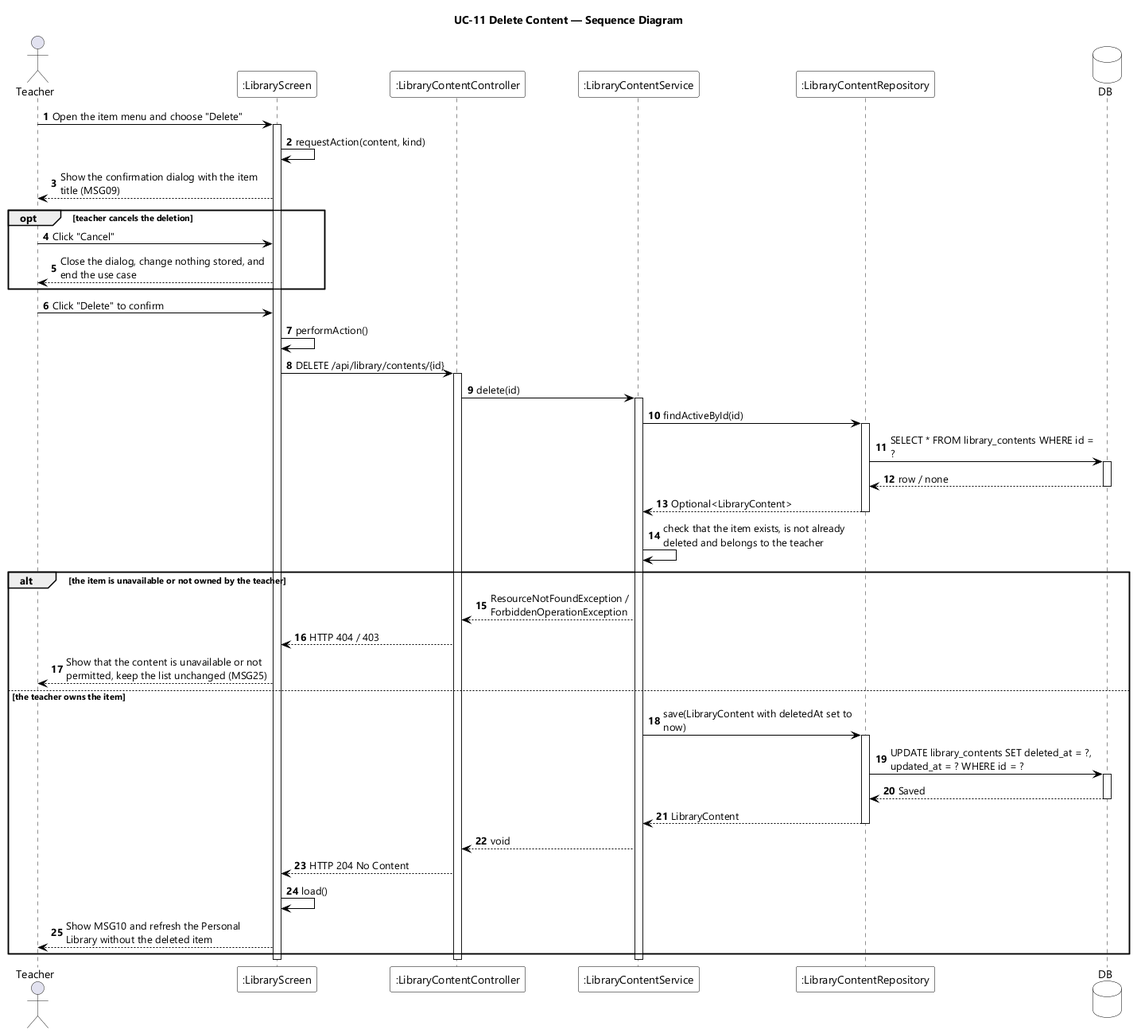
Earlier version of the PlantUML export designs/sds-diagrams/uc11/uc11-sequence-diagram.png (EduA-system/EduA-system). The source it was exported from:
```plantuml
@startuml UC-11 Delete Content - Sequence Diagram
skinparamlocked dpi 96
skinparam defaultFontName "Segoe UI"
skinparam shadowing false
skinparam ParticipantBackgroundColor #FFFFFF
skinparam ParticipantBorderColor #000000
skinparam DatabaseBackgroundColor #FFFFFF
skinparam DatabaseBorderColor #000000
skinparam ArrowColor #000000
skinparam sequenceMessageAlign left
skinparam maxMessageSize 260
title UC-11 Delete Content — Sequence Diagram

actor Teacher
participant ":LibraryScreen" as UI
participant ":LibraryContentController" as CTL
participant ":LibraryContentService" as SVC
participant ":LibraryContentRepository" as REPO
database DB

autonumber
Teacher -> UI : Open the item menu and choose "Delete"
activate UI
UI -> UI : requestAction(content, kind)
UI --> Teacher : Show the confirmation dialog with the item title (MSG09)

opt teacher cancels the deletion
  Teacher -> UI : Click "Cancel"
  UI --> Teacher : Close the dialog, change nothing stored, and end the use case
end

Teacher -> UI : Click "Delete" to confirm
UI -> UI : performAction()
UI -> CTL : DELETE /api/library/contents/{id}
activate CTL
CTL -> SVC : delete(id)
activate SVC
SVC -> REPO : findActiveById(id)
activate REPO
REPO -> DB : SELECT * FROM library_contents WHERE id = ?
activate DB
DB --> REPO : row / none
deactivate DB
REPO --> SVC : Optional<LibraryContent>
deactivate REPO
SVC -> SVC : check that the item exists, is not already deleted and belongs to the teacher

alt the item is unavailable or not owned by the teacher
  SVC --> CTL : ResourceNotFoundException / ForbiddenOperationException
  CTL --> UI : HTTP 404 / 403
  UI --> Teacher : Show that the content is unavailable or not permitted, keep the list unchanged (MSG25)
else the teacher owns the item
  SVC -> REPO : save(LibraryContent with deletedAt set to now)
  activate REPO
  REPO -> DB : UPDATE library_contents SET deleted_at = ?, updated_at = ? WHERE id = ?
  activate DB
  DB --> REPO : Saved
  deactivate DB
  REPO --> SVC : LibraryContent
  deactivate REPO
  SVC --> CTL : void
  CTL --> UI : HTTP 204 No Content
  UI -> UI : load()
  UI --> Teacher : Show MSG10 and refresh the Personal Library without the deleted item
end
deactivate SVC
deactivate CTL
deactivate UI
@enduml
```
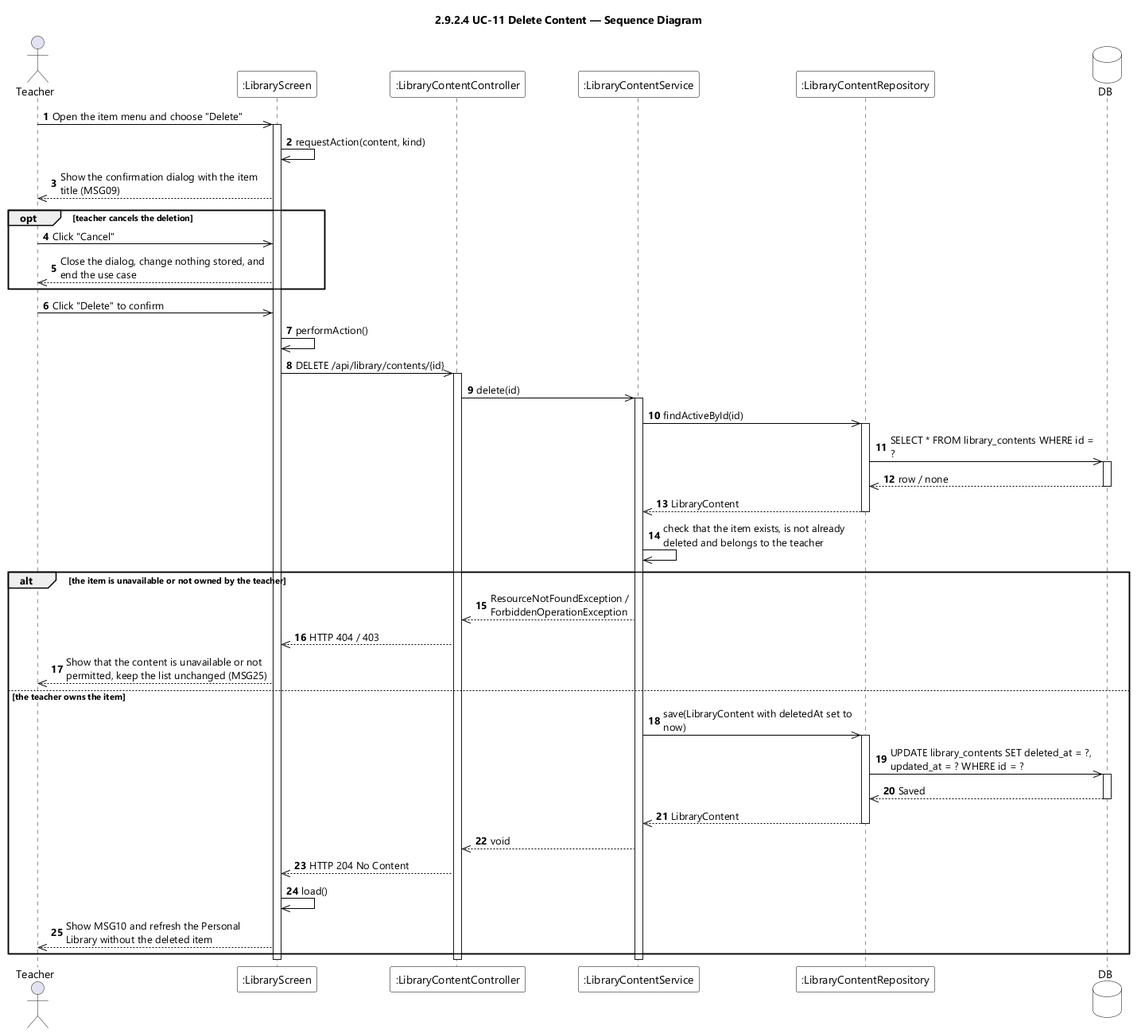
The same file after the commit.

Diff of the diagram source:
```diff
@@ -9,7 +9,7 @@
 skinparam ArrowColor #000000
 skinparam sequenceMessageAlign left
 skinparam maxMessageSize 260
-title UC-11 Delete Content — Sequence Diagram
+title 2.9.2.4 UC-11 Delete Content — Sequence Diagram
 
 actor Teacher
 participant ":LibraryScreen" as UI
@@ -19,49 +19,49 @@
 database DB
 
 autonumber
-Teacher -> UI : Open the item menu and choose "Delete"
+Teacher ->> UI : Open the item menu and choose "Delete"
 activate UI
-UI -> UI : requestAction(content, kind)
-UI --> Teacher : Show the confirmation dialog with the item title (MSG09)
+UI ->> UI : requestAction(content, kind)
+UI -->> Teacher : Show the confirmation dialog with the item title (MSG09)
 
 opt teacher cancels the deletion
-  Teacher -> UI : Click "Cancel"
-  UI --> Teacher : Close the dialog, change nothing stored, and end the use case
+  Teacher ->> UI : Click "Cancel"
+  UI -->> Teacher : Close the dialog, change nothing stored, and end the use case
 end
 
-Teacher -> UI : Click "Delete" to confirm
-UI -> UI : performAction()
-UI -> CTL : DELETE /api/library/contents/{id}
+Teacher ->> UI : Click "Delete" to confirm
+UI ->> UI : performAction()
+UI ->> CTL : DELETE /api/library/contents/{id}
 activate CTL
-CTL -> SVC : delete(id)
+CTL ->> SVC : delete(id)
 activate SVC
-SVC -> REPO : findActiveById(id)
+SVC ->> REPO : findActiveById(id)
 activate REPO
-REPO -> DB : SELECT * FROM library_contents WHERE id = ?
+REPO ->> DB : SELECT * FROM library_contents WHERE id = ?
 activate DB
-DB --> REPO : row / none
+DB -->> REPO : row / none
 deactivate DB
-REPO --> SVC : Optional<LibraryContent>
+REPO -->> SVC : LibraryContent
 deactivate REPO
-SVC -> SVC : check that the item exists, is not already deleted and belongs to the teacher
+SVC ->> SVC : check that the item exists, is not already deleted and belongs to the teacher
 
 alt the item is unavailable or not owned by the teacher
-  SVC --> CTL : ResourceNotFoundException / ForbiddenOperationException
-  CTL --> UI : HTTP 404 / 403
-  UI --> Teacher : Show that the content is unavailable or not permitted, keep the list unchanged (MSG25)
+  SVC -->> CTL : ResourceNotFoundException / ForbiddenOperationException
+  CTL -->> UI : HTTP 404 / 403
+  UI -->> Teacher : Show that the content is unavailable or not permitted, keep the list unchanged (MSG25)
 else the teacher owns the item
-  SVC -> REPO : save(LibraryContent with deletedAt set to now)
+  SVC ->> REPO : save(LibraryContent with deletedAt set to now)
   activate REPO
-  REPO -> DB : UPDATE library_contents SET deleted_at = ?, updated_at = ? WHERE id = ?
+  REPO ->> DB : UPDATE library_contents SET deleted_at = ?, updated_at = ? WHERE id = ?
   activate DB
-  DB --> REPO : Saved
+  DB -->> REPO : Saved
   deactivate DB
-  REPO --> SVC : LibraryContent
+  REPO -->> SVC : LibraryContent
   deactivate REPO
-  SVC --> CTL : void
-  CTL --> UI : HTTP 204 No Content
-  UI -> UI : load()
-  UI --> Teacher : Show MSG10 and refresh the Personal Library without the deleted item
+  SVC -->> CTL : void
+  CTL -->> UI : HTTP 204 No Content
+  UI ->> UI : load()
+  UI -->> Teacher : Show MSG10 and refresh the Personal Library without the deleted item
 end
 deactivate SVC
 deactivate CTL
```
